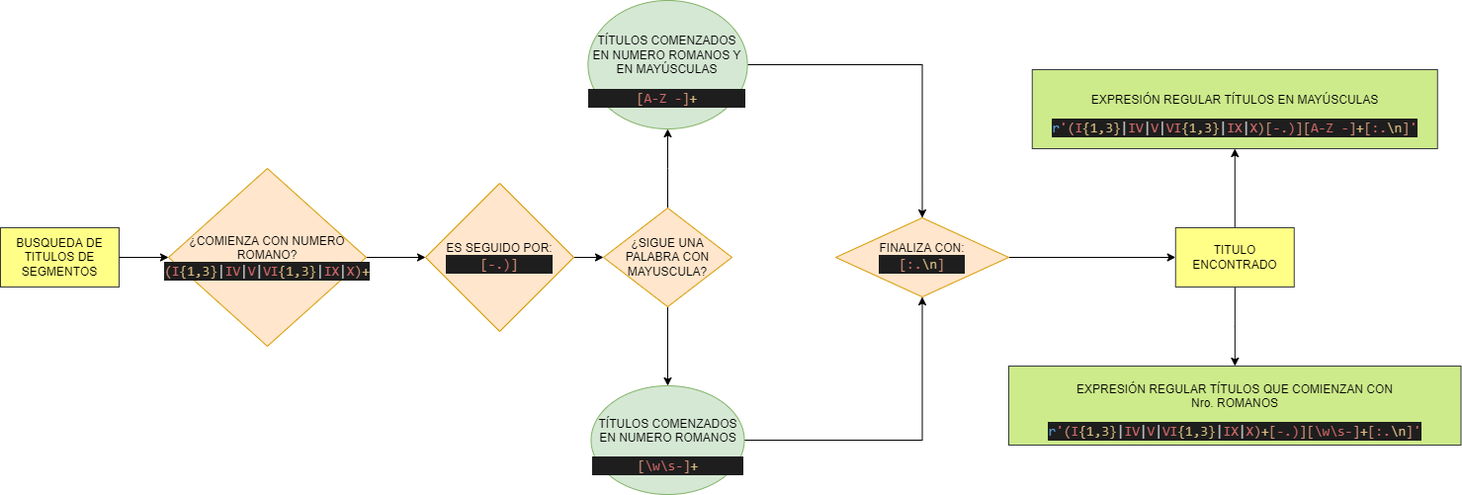
Above: Árbol de decisión para búsqueda de títulos.png in gaston411/Mi-Proyecto (draw.io), before the change. Source tidied: cells renumbered, new cells last; positions are measured from the earlier drawing's top-left corner, leaving out a move shared by most shapes.
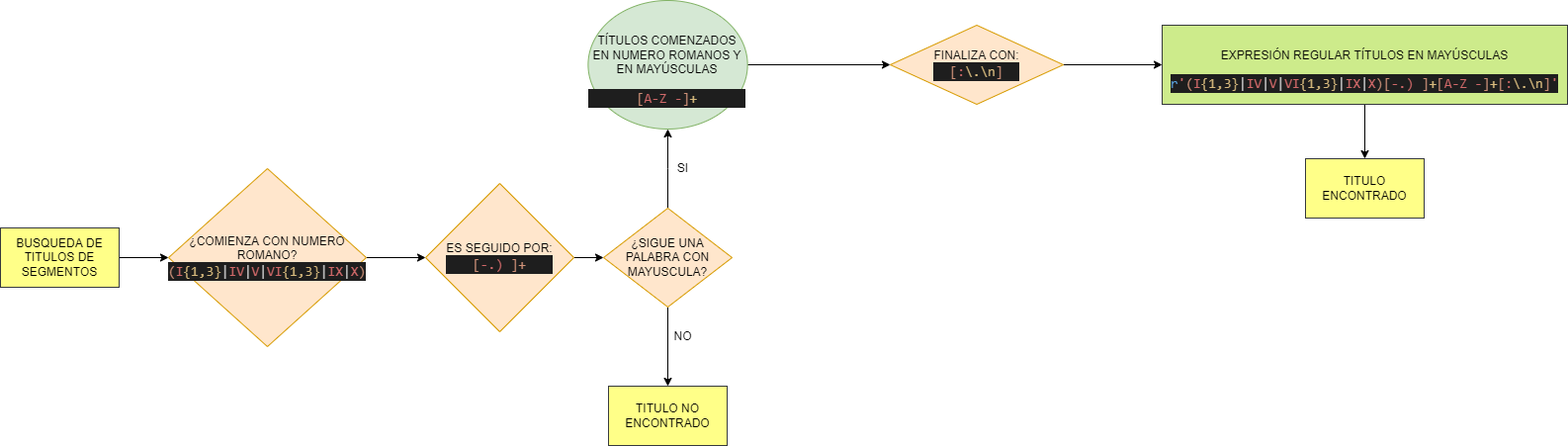
After the commit.

Commit message:
modificacion del arbol de decision

What changed in the source:
```diff
@@ -11,56 +11,55 @@
     <mxCell id="4" style="edgeStyle=orthogonalEdgeStyle;rounded=0;jettySize=auto;html=1;" parent="1" edge="1" source="5" target="7">
       <mxGeometry relative="1" as="geometry" />
     </mxCell>
-    <mxCell id="5" value="¿COMIENZA CON NUMERO ROMANO?&lt;br&gt;&lt;div style=&quot;color: rgb(212, 212, 212); background-color: rgb(30, 30, 30); font-family: Consolas, &amp;quot;Courier New&amp;quot;, monospace; font-size: 14px; line-height: 19px;&quot;&gt;&lt;span style=&quot;color: #ce9178;&quot;&gt;(&lt;/span&gt;&lt;span style=&quot;color: #d16969;&quot;&gt;I&lt;/span&gt;&lt;span style=&quot;color: #d7ba7d;&quot;&gt;{1,3}&lt;/span&gt;|&lt;span style=&quot;color: #d16969;&quot;&gt;IV&lt;/span&gt;|&lt;span style=&quot;color: #d16969;&quot;&gt;V&lt;/span&gt;|&lt;span style=&quot;color: #d16969;&quot;&gt;VI&lt;/span&gt;&lt;span style=&quot;color: #d7ba7d;&quot;&gt;{1,3}&lt;/span&gt;|&lt;span style=&quot;color: #d16969;&quot;&gt;IX&lt;/span&gt;|&lt;span style=&quot;color: #d16969;&quot;&gt;X&lt;/span&gt;&lt;span style=&quot;color: #ce9178;&quot;&gt;)&lt;/span&gt;&lt;span style=&quot;color: #d7ba7d;&quot;&gt;+&lt;/span&gt;&lt;/div&gt;" style="rhombus;whiteSpace=wrap;html=1;rounded=0;fillColor=#ffe6cc;strokeColor=#d79b00;" parent="1" vertex="1">
+    <mxCell id="5" value="¿COMIENZA CON NUMERO ROMANO?&lt;br&gt;&lt;div style=&quot;color: rgb(212, 212, 212); background-color: rgb(30, 30, 30); font-family: Consolas, &amp;quot;Courier New&amp;quot;, monospace; font-size: 14px; line-height: 19px;&quot;&gt;&lt;div style=&quot;line-height: 19px;&quot;&gt;&lt;span style=&quot;color: #ce9178;&quot;&gt;(&lt;/span&gt;&lt;span style=&quot;color: #d16969;&quot;&gt;I&lt;/span&gt;&lt;span style=&quot;color: #d7ba7d;&quot;&gt;{1,3}&lt;/span&gt;|&lt;span style=&quot;color: #d16969;&quot;&gt;IV&lt;/span&gt;|&lt;span style=&quot;color: #d16969;&quot;&gt;V&lt;/span&gt;|&lt;span style=&quot;color: #d16969;&quot;&gt;VI&lt;/span&gt;&lt;span style=&quot;color: #d7ba7d;&quot;&gt;{1,3}&lt;/span&gt;|&lt;span style=&quot;color: #d16969;&quot;&gt;IX&lt;/span&gt;|&lt;span style=&quot;color: #d16969;&quot;&gt;X&lt;/span&gt;&lt;span style=&quot;color: #ce9178;&quot;&gt;)&lt;/span&gt;&lt;/div&gt;&lt;/div&gt;" style="rhombus;whiteSpace=wrap;html=1;rounded=0;fillColor=#ffe6cc;strokeColor=#d79b00;" parent="1" vertex="1">
       <mxGeometry x="170" y="170" width="200" height="180" as="geometry" />
     </mxCell>
     <mxCell id="6" style="edgeStyle=orthogonalEdgeStyle;rounded=0;jettySize=auto;html=1;" parent="1" edge="1" source="7" target="10">
       <mxGeometry relative="1" as="geometry" />
     </mxCell>
-    <mxCell id="7" value="ES SEGUIDO POR:&lt;br&gt;&lt;div style=&quot;color: rgb(212, 212, 212); background-color: rgb(30, 30, 30); font-family: Consolas, &amp;quot;Courier New&amp;quot;, monospace; font-size: 14px; line-height: 19px;&quot;&gt;&lt;span style=&quot;color: #ce9178;&quot;&gt;[&lt;/span&gt;&lt;span style=&quot;color: #d16969;&quot;&gt;-.)&lt;/span&gt;&lt;span style=&quot;color: #ce9178;&quot;&gt;]&lt;/span&gt;&lt;/div&gt;" style="rhombus;whiteSpace=wrap;html=1;rounded=0;fillColor=#ffe6cc;strokeColor=#d79b00;" parent="1" vertex="1">
+    <mxCell id="7" value="ES SEGUIDO POR:&lt;br&gt;&lt;div style=&quot;color: rgb(212, 212, 212); background-color: rgb(30, 30, 30); font-family: Consolas, &amp;quot;Courier New&amp;quot;, monospace; font-size: 14px; line-height: 19px;&quot;&gt;&lt;span style=&quot;color: #ce9178;&quot;&gt;[&lt;/span&gt;&lt;span style=&quot;color: #d16969;&quot;&gt;-.)&amp;nbsp;&lt;/span&gt;&lt;span style=&quot;color: #ce9178;&quot;&gt;]+&lt;/span&gt;&lt;/div&gt;" style="rhombus;whiteSpace=wrap;html=1;rounded=0;fillColor=#ffe6cc;strokeColor=#d79b00;" parent="1" vertex="1">
       <mxGeometry x="430" y="185" width="150" height="150" as="geometry" />
     </mxCell>
     <mxCell id="8" style="edgeStyle=orthogonalEdgeStyle;rounded=0;jettySize=auto;html=1;" parent="1" edge="1" source="10" target="12">
       <mxGeometry relative="1" as="geometry" />
     </mxCell>
-    <mxCell id="9" style="edgeStyle=orthogonalEdgeStyle;rounded=0;jettySize=auto;html=1;" parent="1" edge="1" source="10" target="14">
-      <mxGeometry relative="1" as="geometry" />
+    <mxCell id="9" style="edgeStyle=orthogonalEdgeStyle;rounded=0;jettySize=auto;html=1;" parent="1" edge="1" source="10">
+      <mxGeometry relative="1" as="geometry">
+        <mxPoint x="675" y="390" as="targetPoint" />
+      </mxGeometry>
     </mxCell>
     <mxCell id="10" value="¿SIGUE UNA PALABRA CON MAYUSCULA?" style="rhombus;whiteSpace=wrap;html=1;rounded=0;fillColor=#ffe6cc;strokeColor=#d79b00;" parent="1" vertex="1">
       <mxGeometry x="610" y="210" width="130" height="100" as="geometry" />
     </mxCell>
-    <mxCell id="11" style="edgeStyle=orthogonalEdgeStyle;rounded=0;jettySize=auto;html=1;entryX=0.5;entryY=0;entryDx=0;entryDy=0;" parent="1" edge="1" source="12" target="16">
+    <mxCell id="11" style="edgeStyle=orthogonalEdgeStyle;rounded=0;jettySize=auto;html=1;entryX=0;entryY=0.5;entryDx=0;entryDy=0;" parent="1" edge="1" source="12" target="16">
       <mxGeometry relative="1" as="geometry" />
     </mxCell>
     <mxCell id="12" value="&lt;p class=&quot;MsoNormal&quot;&gt;&lt;span lang=&quot;ES&quot;&gt;TÍTULOS COMENZADOS EN NUMERO ROMANOS Y EN MAYÚSCULAS&lt;/span&gt;&lt;/p&gt;&lt;p class=&quot;MsoNormal&quot;&gt;&lt;span lang=&quot;ES&quot;&gt;&lt;/span&gt;&lt;/p&gt;&lt;div style=&quot;color: rgb(212, 212, 212); background-color: rgb(30, 30, 30); font-family: Consolas, &amp;quot;Courier New&amp;quot;, monospace; font-size: 14px; line-height: 19px;&quot;&gt;&lt;span style=&quot;color: #ce9178;&quot;&gt;[&lt;/span&gt;&lt;span style=&quot;color: #d16969;&quot;&gt;A-Z -&lt;/span&gt;&lt;span style=&quot;color: #ce9178;&quot;&gt;]&lt;/span&gt;&lt;span style=&quot;color: #d7ba7d;&quot;&gt;+&lt;/span&gt;&lt;/div&gt;" style="ellipse;whiteSpace=wrap;html=1;rounded=0;fillColor=#d5e8d4;strokeColor=#82b366;" parent="1" vertex="1">
       <mxGeometry x="594.4" width="161.2" height="130" as="geometry" />
     </mxCell>
-    <mxCell id="13" style="edgeStyle=orthogonalEdgeStyle;rounded=0;jettySize=auto;html=1;exitX=1;exitY=0.5;exitDx=0;exitDy=0;entryX=0.5;entryY=1;entryDx=0;entryDy=0;" parent="1" edge="1" source="14" target="16">
-      <mxGeometry relative="1" as="geometry" />
-    </mxCell>
-    <mxCell id="14" value="&lt;p class=&quot;MsoNormal&quot;&gt;&lt;span lang=&quot;ES&quot;&gt;TÍTULOS COMENZADOS EN NUMERO ROMANOS&lt;/span&gt;&lt;/p&gt;&lt;p class=&quot;MsoNormal&quot;&gt;&lt;span lang=&quot;ES&quot;&gt;&lt;/span&gt;&lt;/p&gt;&lt;div style=&quot;color: rgb(212, 212, 212); background-color: rgb(30, 30, 30); font-family: Consolas, &amp;quot;Courier New&amp;quot;, monospace; font-size: 14px; line-height: 19px;&quot;&gt;&lt;span style=&quot;color: #ce9178;&quot;&gt;[&lt;/span&gt;&lt;span style=&quot;color: #d16969;&quot;&gt;\w\s-&lt;/span&gt;&lt;span style=&quot;color: #ce9178;&quot;&gt;]&lt;/span&gt;&lt;span style=&quot;color: #d7ba7d;&quot;&gt;+&lt;/span&gt;&lt;/div&gt;" style="ellipse;whiteSpace=wrap;html=1;rounded=0;fillColor=#d5e8d4;strokeColor=#82b366;" parent="1" vertex="1">
-      <mxGeometry x="597.5" y="390" width="155" height="110" as="geometry" />
-    </mxCell>
-    <mxCell id="15" style="edgeStyle=orthogonalEdgeStyle;rounded=0;jettySize=auto;html=1;" parent="1" edge="1" source="16" target="19">
+    <mxCell id="15" style="edgeStyle=orthogonalEdgeStyle;rounded=0;jettySize=auto;html=1;entryX=0;entryY=0.5;entryDx=0;entryDy=0;" parent="1" edge="1" source="16" target="20">
       <mxGeometry relative="1" as="geometry" />
     </mxCell>
-    <mxCell id="16" value="FINALIZA CON:&lt;br&gt;&lt;div style=&quot;color: rgb(212, 212, 212); background-color: rgb(30, 30, 30); font-family: Consolas, &amp;quot;Courier New&amp;quot;, monospace; font-size: 14px; line-height: 19px;&quot;&gt;&lt;span style=&quot;color: #ce9178;&quot;&gt;[&lt;/span&gt;&lt;span style=&quot;color: #d16969;&quot;&gt;:.&lt;/span&gt;&lt;span style=&quot;color: #d7ba7d;&quot;&gt;\n&lt;/span&gt;&lt;span style=&quot;color: #ce9178;&quot;&gt;]&lt;/span&gt;&lt;/div&gt;" style="rhombus;whiteSpace=wrap;html=1;rounded=0;fillColor=#ffe6cc;strokeColor=#d79b00;" parent="1" vertex="1">
-      <mxGeometry x="845" y="220" width="175" height="80" as="geometry" />
+    <mxCell id="16" value="FINALIZA CON:&lt;br&gt;&lt;div style=&quot;color: rgb(212, 212, 212); background-color: rgb(30, 30, 30); font-family: Consolas, &amp;quot;Courier New&amp;quot;, monospace; font-size: 14px; line-height: 19px;&quot;&gt;&lt;div style=&quot;line-height: 19px;&quot;&gt;&lt;span style=&quot;color: #ce9178;&quot;&gt;[&lt;/span&gt;&lt;span style=&quot;color: #d16969;&quot;&gt;:&lt;/span&gt;&lt;span style=&quot;color: #d7ba7d;&quot;&gt;\.\n&lt;/span&gt;&lt;span style=&quot;color: #ce9178;&quot;&gt;]&lt;/span&gt;&lt;/div&gt;&lt;/div&gt;" style="rhombus;whiteSpace=wrap;html=1;rounded=0;fillColor=#ffe6cc;strokeColor=#d79b00;" parent="1" vertex="1">
+      <mxGeometry x="900" y="25" width="175" height="80" as="geometry" />
     </mxCell>
-    <mxCell id="17" style="edgeStyle=orthogonalEdgeStyle;rounded=0;jettySize=auto;html=1;" parent="1" edge="1" source="19" target="20">
-      <mxGeometry relative="1" as="geometry" />
-    </mxCell>
-    <mxCell id="18" style="edgeStyle=orthogonalEdgeStyle;rounded=0;jettySize=auto;html=1;" parent="1" edge="1" source="19" target="21">
-      <mxGeometry relative="1" as="geometry" />
-    </mxCell>
     <mxCell id="19" value="TITULO ENCONTRADO" style="whiteSpace=wrap;html=1;rounded=0;fillColor=#ffff88;strokeColor=#36393d;" parent="1" vertex="1">
-      <mxGeometry x="1188.8" y="230" width="120" height="60" as="geometry" />
+      <mxGeometry x="1320" y="160" width="120" height="60" as="geometry" />
     </mxCell>
+    <mxCell id="22" style="edgeStyle=orthogonalEdgeStyle;rounded=0;jettySize=auto;html=1;entryX=0.5;entryY=0;entryDx=0;entryDy=0;" parent="1" edge="1" source="20" target="19">
+      <mxGeometry relative="1" as="geometry" />
+    </mxCell>
-    <mxCell id="20" value="&lt;p class=&quot;MsoNormal&quot;&gt;&lt;span lang=&quot;ES&quot;&gt;EXPRESIÓN REGULAR TÍTULOS EN MAYÚSCULAS&lt;/span&gt;&lt;/p&gt;&lt;p class=&quot;MsoNormal&quot;&gt;&lt;span lang=&quot;ES&quot;&gt;&lt;/span&gt;&lt;/p&gt;&lt;div style=&quot;color: rgb(212, 212, 212); background-color: rgb(30, 30, 30); font-family: Consolas, &amp;quot;Courier New&amp;quot;, monospace; font-size: 14px; line-height: 19px;&quot;&gt;&lt;span style=&quot;color: #569cd6;&quot;&gt;r&lt;/span&gt;&lt;span style=&quot;color: #d16969;&quot;&gt;'&lt;/span&gt;&lt;span style=&quot;color: #ce9178;&quot;&gt;(&lt;/span&gt;&lt;span style=&quot;color: #d16969;&quot;&gt;I&lt;/span&gt;&lt;span style=&quot;color: #d7ba7d;&quot;&gt;{1,3}&lt;/span&gt;|&lt;span style=&quot;color: #d16969;&quot;&gt;IV&lt;/span&gt;|&lt;span style=&quot;color: #d16969;&quot;&gt;V&lt;/span&gt;|&lt;span style=&quot;color: #d16969;&quot;&gt;VI&lt;/span&gt;&lt;span style=&quot;color: #d7ba7d;&quot;&gt;{1,3}&lt;/span&gt;|&lt;span style=&quot;color: #d16969;&quot;&gt;IX&lt;/span&gt;|&lt;span style=&quot;color: #d16969;&quot;&gt;X&lt;/span&gt;&lt;span style=&quot;color: #ce9178;&quot;&gt;)[&lt;/span&gt;&lt;span style=&quot;color: #d16969;&quot;&gt;-.)&lt;/span&gt;&lt;span style=&quot;color: #ce9178;&quot;&gt;][&lt;/span&gt;&lt;span style=&quot;color: #d16969;&quot;&gt;A-Z -&lt;/span&gt;&lt;span style=&quot;color: #ce9178;&quot;&gt;]&lt;/span&gt;&lt;span style=&quot;color: #d7ba7d;&quot;&gt;+&lt;/span&gt;&lt;span style=&quot;color: #ce9178;&quot;&gt;[&lt;/span&gt;&lt;span style=&quot;color: #d16969;&quot;&gt;:.&lt;/span&gt;&lt;span style=&quot;color: #d7ba7d;&quot;&gt;\n&lt;/span&gt;&lt;span style=&quot;color: #ce9178;&quot;&gt;]&lt;/span&gt;&lt;span style=&quot;color: #d16969;&quot;&gt;'&lt;/span&gt;&lt;/div&gt;" style="whiteSpace=wrap;html=1;rounded=0;fillColor=#cdeb8b;strokeColor=#36393d;" parent="1" vertex="1">
-      <mxGeometry x="1043.8" y="70" width="410" height="80" as="geometry" />
+    <mxCell id="20" value="&lt;p class=&quot;MsoNormal&quot;&gt;&lt;span lang=&quot;ES&quot;&gt;EXPRESIÓN REGULAR TÍTULOS EN MAYÚSCULAS&lt;/span&gt;&lt;/p&gt;&lt;p class=&quot;MsoNormal&quot;&gt;&lt;span lang=&quot;ES&quot;&gt;&lt;/span&gt;&lt;/p&gt;&lt;div style=&quot;color: rgb(212, 212, 212); background-color: rgb(30, 30, 30); font-family: Consolas, &amp;quot;Courier New&amp;quot;, monospace; font-size: 14px; line-height: 19px;&quot;&gt;&lt;div style=&quot;line-height: 19px;&quot;&gt;&lt;span style=&quot;color: #569cd6;&quot;&gt;r&lt;/span&gt;&lt;span style=&quot;color: #d16969;&quot;&gt;'&lt;/span&gt;&lt;span style=&quot;color: #ce9178;&quot;&gt;(&lt;/span&gt;&lt;span style=&quot;color: #d16969;&quot;&gt;I&lt;/span&gt;&lt;span style=&quot;color: #d7ba7d;&quot;&gt;{1,3}&lt;/span&gt;|&lt;span style=&quot;color: #d16969;&quot;&gt;IV&lt;/span&gt;|&lt;span style=&quot;color: #d16969;&quot;&gt;V&lt;/span&gt;|&lt;span style=&quot;color: #d16969;&quot;&gt;VI&lt;/span&gt;&lt;span style=&quot;color: #d7ba7d;&quot;&gt;{1,3}&lt;/span&gt;|&lt;span style=&quot;color: #d16969;&quot;&gt;IX&lt;/span&gt;|&lt;span style=&quot;color: #d16969;&quot;&gt;X&lt;/span&gt;&lt;span style=&quot;color: #ce9178;&quot;&gt;)[&lt;/span&gt;&lt;span style=&quot;color: #d16969;&quot;&gt;-.) &lt;/span&gt;&lt;span style=&quot;color: #ce9178;&quot;&gt;]&lt;/span&gt;&lt;span style=&quot;color: #d7ba7d;&quot;&gt;+&lt;/span&gt;&lt;span style=&quot;color: #ce9178;&quot;&gt;[&lt;/span&gt;&lt;span style=&quot;color: #d16969;&quot;&gt;A-Z -&lt;/span&gt;&lt;span style=&quot;color: #ce9178;&quot;&gt;]&lt;/span&gt;&lt;span style=&quot;color: #d7ba7d;&quot;&gt;+&lt;/span&gt;&lt;span style=&quot;color: #ce9178;&quot;&gt;[&lt;/span&gt;&lt;span style=&quot;color: #d16969;&quot;&gt;:&lt;/span&gt;&lt;span style=&quot;color: #d7ba7d;&quot;&gt;\.\n&lt;/span&gt;&lt;span style=&quot;color: #ce9178;&quot;&gt;]&lt;/span&gt;&lt;span style=&quot;color: #d16969;&quot;&gt;'&lt;/span&gt;&lt;/div&gt;&lt;/div&gt;" style="whiteSpace=wrap;html=1;rounded=0;fillColor=#cdeb8b;strokeColor=#36393d;" parent="1" vertex="1">
+      <mxGeometry x="1175" y="25" width="410" height="80" as="geometry" />
     </mxCell>
-    <mxCell id="21" value="&lt;p class=&quot;MsoNormal&quot;&gt;&lt;span lang=&quot;ES&quot;&gt;EXPRESIÓN REGULAR TÍTULOS QUE COMIENZAN CON&lt;br&gt;Nro. ROMANOS&lt;/span&gt;&lt;/p&gt;&lt;p class=&quot;MsoNormal&quot;&gt;&lt;span lang=&quot;ES&quot;&gt;&lt;/span&gt;&lt;/p&gt;&lt;div style=&quot;color: rgb(212, 212, 212); background-color: rgb(30, 30, 30); font-family: Consolas, &amp;quot;Courier New&amp;quot;, monospace; font-size: 14px; line-height: 19px;&quot;&gt;&lt;span style=&quot;color: #569cd6;&quot;&gt;r&lt;/span&gt;&lt;span style=&quot;color: #d16969;&quot;&gt;'&lt;/span&gt;&lt;span style=&quot;color: #ce9178;&quot;&gt;(&lt;/span&gt;&lt;span style=&quot;color: #d16969;&quot;&gt;I&lt;/span&gt;&lt;span style=&quot;color: #d7ba7d;&quot;&gt;{1,3}&lt;/span&gt;|&lt;span style=&quot;color: #d16969;&quot;&gt;IV&lt;/span&gt;|&lt;span style=&quot;color: #d16969;&quot;&gt;V&lt;/span&gt;|&lt;span style=&quot;color: #d16969;&quot;&gt;VI&lt;/span&gt;&lt;span style=&quot;color: #d7ba7d;&quot;&gt;{1,3}&lt;/span&gt;|&lt;span style=&quot;color: #d16969;&quot;&gt;IX&lt;/span&gt;|&lt;span style=&quot;color: #d16969;&quot;&gt;X&lt;/span&gt;&lt;span style=&quot;color: #ce9178;&quot;&gt;)&lt;/span&gt;&lt;span style=&quot;color: #d7ba7d;&quot;&gt;+&lt;/span&gt;&lt;span style=&quot;color: #ce9178;&quot;&gt;[&lt;/span&gt;&lt;span style=&quot;color: #d16969;&quot;&gt;-.)&lt;/span&gt;&lt;span style=&quot;color: #ce9178;&quot;&gt;][&lt;/span&gt;&lt;span style=&quot;color: #d16969;&quot;&gt;\w\s-&lt;/span&gt;&lt;span style=&quot;color: #ce9178;&quot;&gt;]&lt;/span&gt;&lt;span style=&quot;color: #d7ba7d;&quot;&gt;+&lt;/span&gt;&lt;span style=&quot;color: #ce9178;&quot;&gt;[&lt;/span&gt;&lt;span style=&quot;color: #d16969;&quot;&gt;:.&lt;/span&gt;&lt;span style=&quot;color: #d7ba7d;&quot;&gt;\n&lt;/span&gt;&lt;span style=&quot;color: #ce9178;&quot;&gt;]&lt;/span&gt;&lt;span style=&quot;color: #d16969;&quot;&gt;'&lt;/span&gt;&lt;/div&gt;" style="whiteSpace=wrap;html=1;rounded=0;fillColor=#cdeb8b;strokeColor=#36393d;" parent="1" vertex="1">
-      <mxGeometry x="1020" y="370" width="457.5" height="80" as="geometry" />
-    </mxCell>
+    <mxCell id="23" value="SI" style="text;html=1;align=center;verticalAlign=middle;strokeColor=none;fillColor=none;" parent="1" vertex="1">
+      <mxGeometry x="675" y="160" width="30" height="20" as="geometry" />
+    </mxCell>
+    <mxCell id="24" value="NO" style="text;html=1;align=center;verticalAlign=middle;strokeColor=none;fillColor=none;" parent="1" vertex="1">
+      <mxGeometry x="675" y="330" width="30" height="20" as="geometry" />
+    </mxCell>
+    <mxCell id="25" value="TITULO NO ENCONTRADO" style="whiteSpace=wrap;html=1;rounded=0;fillColor=#ffff88;strokeColor=#36393d;" parent="1" vertex="1">
+      <mxGeometry x="615" y="390" width="120" height="60" as="geometry" />
+    </mxCell>
   </root>
 </mxGraphModel>
```
